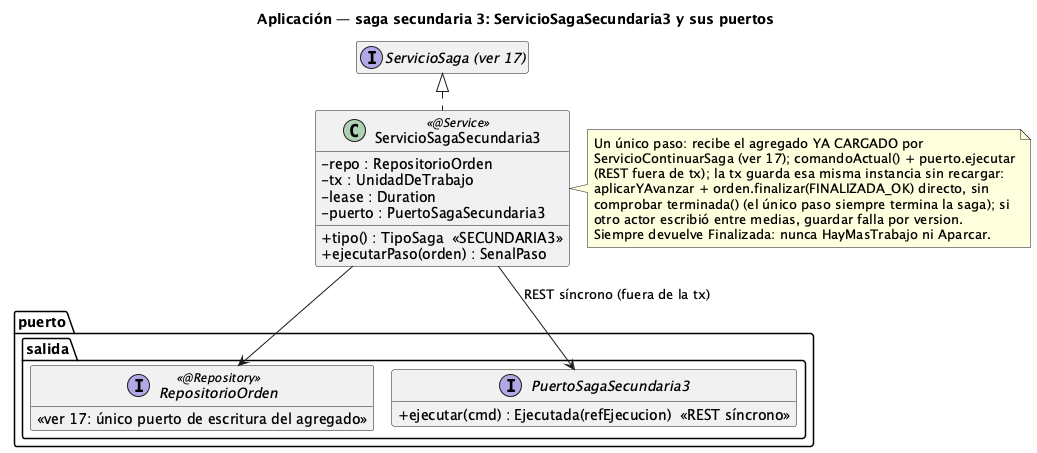
This is order-manager/docs/21-clases-aplicacion-saga-secundaria3.png from ralcazar/patrones, a PlantUML export, as it was before one commit.
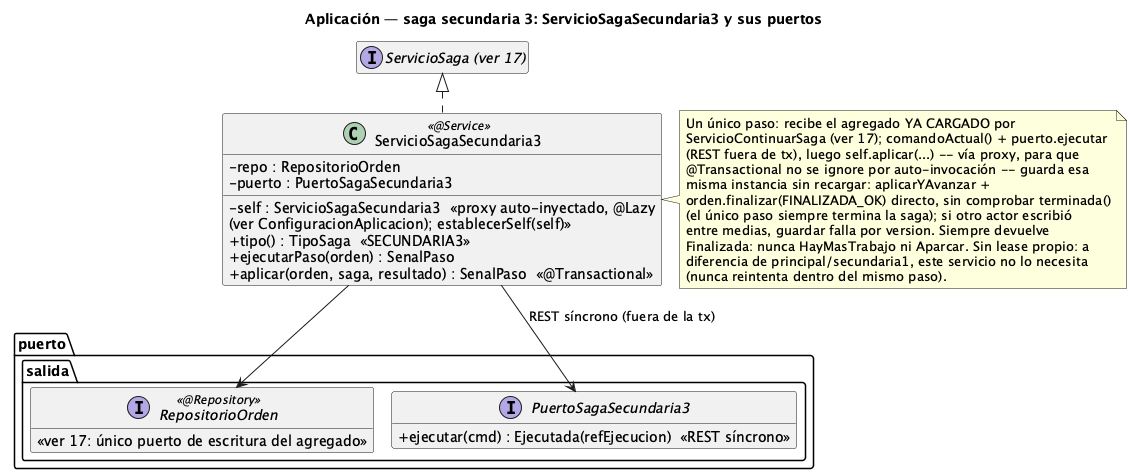
After the change.

Diff of the diagram source:
```diff
@@ -1,4 +1,5 @@
 @startuml 21-clases-aplicacion-saga-secundaria3
+!pragma layout smetana
 title Aplicación — saga secundaria 3: ServicioSagaSecundaria3 y sus puertos
 !pragma layout smetana
 hide empty members
@@ -8,20 +9,24 @@
 
 class ServicioSagaSecundaria3 <<@Service>> {
   -repo : RepositorioOrden
-  -tx : UnidadDeTrabajo
-  -lease : Duration
   -puerto : PuertoSagaSecundaria3
+  -self : ServicioSagaSecundaria3  «proxy auto-inyectado, @Lazy\n(ver ConfiguracionAplicacion); establecerSelf(self)»
   +tipo() : TipoSaga  «SECUNDARIA3»
   +ejecutarPaso(orden) : SenalPaso
+  +aplicar(orden, saga, resultado) : SenalPaso  «@Transactional»
 }
 note right of ServicioSagaSecundaria3
   Un único paso: recibe el agregado YA CARGADO por
   ServicioContinuarSaga (ver 17); comandoActual() + puerto.ejecutar
-  (REST fuera de tx); la tx guarda esa misma instancia sin recargar:
-  aplicarYAvanzar + orden.finalizar(FINALIZADA_OK) directo, sin
-  comprobar terminada() (el único paso siempre termina la saga); si
-  otro actor escribió entre medias, guardar falla por version.
-  Siempre devuelve Finalizada: nunca HayMasTrabajo ni Aparcar.
+  (REST fuera de tx), luego self.aplicar(...) -- vía proxy, para que
+  @Transactional no se ignore por auto-invocación -- guarda esa
+  misma instancia sin recargar: aplicarYAvanzar +
+  orden.finalizar(FINALIZADA_OK) directo, sin comprobar terminada()
+  (el único paso siempre termina la saga); si otro actor escribió
+  entre medias, guardar falla por version. Siempre devuelve
+  Finalizada: nunca HayMasTrabajo ni Aparcar. Sin lease propio: a
+  diferencia de principal/secundaria1, este servicio no lo necesita
+  (nunca reintenta dentro del mismo paso).
 end note
 
 package "puerto.salida" {
```
